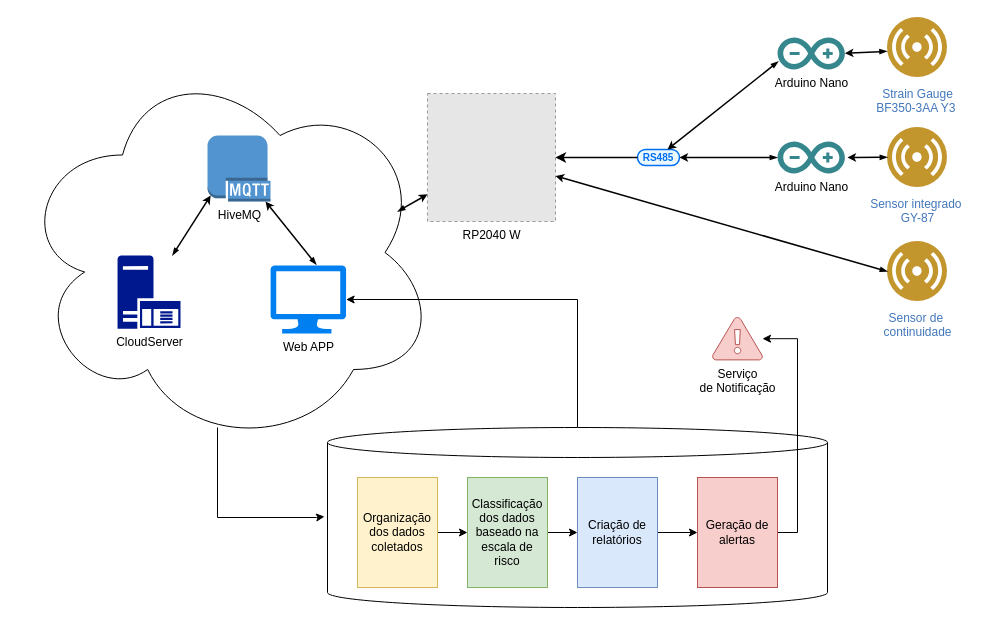
This is Diagrama sem nome.drawio from Enkiduzis/UnilabEngeCom, a draw.io file, before an edit. Source tidied: cells renumbered, new cells numbered last; positions are measured from the earlier drawing's top-left corner, leaving out a move shared by most shapes. Both pictures are drawn from the tidied source at 100%, with x=0, y=0 at pixel (17, 17). Pictures stored in the file or linked from it are replaced by grey dashed boxes.
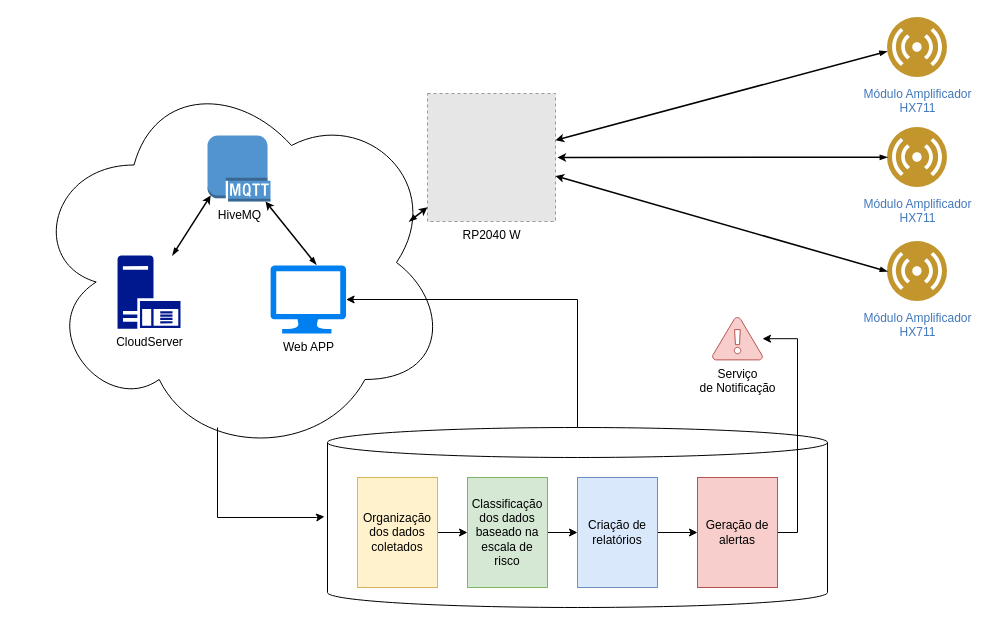
Above is the later version.

Commit message:
Projeto de monitoramento de pontes.drawio

The change refers to these unchanged cells:
```xml
<mxCell id="3" value="RP2040 W" style="fillColor=#E6E6E6;strokeColor=#999999;dashed=1;html=1;verticalAlign=top;verticalLabelPosition=bottom;labelBackgroundColor=#ffffff;" parent="1" vertex="1">
  <mxGeometry x="410" y="76" width="128" height="128" as="geometry" />
</mxCell>
```

The edit, as a diff of the source:
```diff
@@
     <mxCell id="2" style="ellipse;shape=cloud;whiteSpace=wrap;html=1;" parent="1" vertex="1">
-      <mxGeometry y="40" width="420" height="390" as="geometry" />
+      <mxGeometry x="11.5" y="50" width="420" height="390" as="geometry" />
     </mxCell>
@@
-    <mxCell id="4" value="Strain Gauge&lt;br&gt;BF350-3AA Y3&amp;nbsp;" style="image;perimeter=ellipsePerimeter;html=1;align=center;shadow=0;dashed=0;fontColor=#4277BB;labelBackgroundColor=default;fontSize=12;spacingTop=3;image=img/lib/ibm/users/sensor.svg;" parent="1" vertex="1">
+    <mxCell id="4" value="Módulo Amplificador&lt;div&gt;HX711&lt;/div&gt;" style="image;perimeter=ellipsePerimeter;html=1;align=center;shadow=0;dashed=0;fontColor=#4277BB;labelBackgroundColor=default;fontSize=12;spacingTop=3;image=img/lib/ibm/users/sensor.svg;" parent="1" vertex="1">
       <mxGeometry x="870" width="60" height="60" as="geometry" />
     </mxCell>
-    <mxCell id="5" value="Sensor de&amp;nbsp;&lt;div&gt;continuidade&lt;/div&gt;" style="image;perimeter=ellipsePerimeter;html=1;align=center;shadow=0;dashed=0;fontColor=#4277BB;labelBackgroundColor=default;fontSize=12;spacingTop=3;image=img/lib/ibm/users/sensor.svg;" parent="1" vertex="1">
+    <mxCell id="5" value="Módulo Amplificador&lt;div&gt;HX711&lt;/div&gt;" style="image;perimeter=ellipsePerimeter;html=1;align=center;shadow=0;dashed=0;fontColor=#4277BB;labelBackgroundColor=default;fontSize=12;spacingTop=3;image=img/lib/ibm/users/sensor.svg;" parent="1" vertex="1">
       <mxGeometry x="870" y="224" width="60" height="60" as="geometry" />
     </mxCell>
-    <mxCell id="6" value="Sensor integrado&amp;nbsp;&lt;br&gt;GY-87" style="image;perimeter=ellipsePerimeter;html=1;align=center;shadow=0;dashed=0;fontColor=#4277BB;labelBackgroundColor=default;fontSize=12;spacingTop=3;image=img/lib/ibm/users/sensor.svg;" parent="1" vertex="1">
+    <mxCell id="6" value="Módulo Amplificador&lt;div&gt;HX711&lt;/div&gt;" style="image;perimeter=ellipsePerimeter;html=1;align=center;shadow=0;dashed=0;fontColor=#4277BB;labelBackgroundColor=default;fontSize=12;spacingTop=3;image=img/lib/ibm/users/sensor.svg;" parent="1" vertex="1">
       <mxGeometry x="870" y="110" width="60" height="60" as="geometry" />
     </mxCell>
@@
-    <mxCell id="8" value="&lt;p style=&quot;line-height: 114%;&quot;&gt;&lt;font color=&quot;#0070f2&quot; size=&quot;1&quot;&gt;&lt;b style=&quot;&quot;&gt;RS485&lt;/b&gt;&lt;/font&gt;&lt;/p&gt;" style="rounded=1;whiteSpace=wrap;html=1;arcSize=50;strokeColor=#0070F2;fillColor=#EBF8FF;fontColor=#266f3a;strokeWidth=1.5;" parent="1" vertex="1">
-      <mxGeometry x="620" y="132" width="42" height="16" as="geometry" />
-    </mxCell>
-    <mxCell id="9" style="endArrow=none;html=1;rounded=0;entryX=0;entryY=0.5;entryDx=0;entryDy=0;strokeColor=#000000;strokeWidth=1.5;startArrow=classic;startFill=1;" parent="1" edge="1" source="3" target="8">
-      <mxGeometry relative="1" as="geometry" />
-    </mxCell>
-    <mxCell id="10" style="endArrow=blockThin;html=1;rounded=0;strokeColor=#000000;strokeWidth=1.5;exitX=1.015;exitY=0.505;exitDx=0;exitDy=0;exitPerimeter=0;endFill=1;endSize=4;startSize=4;startArrow=classic;startFill=1;" parent="1" edge="1">
-      <mxGeometry relative="1" as="geometry">
-        <mxPoint x="650" y="132" as="sourcePoint" />
-        <mxPoint x="760.9" y="43.9" as="targetPoint" />
-      </mxGeometry>
-    </mxCell>
-    <mxCell id="11" style="endArrow=blockThin;html=1;rounded=0;strokeColor=#000000;strokeWidth=1.5;exitX=1;exitY=0.5;exitDx=0;exitDy=0;endFill=1;endSize=4;startSize=4;startArrow=classic;startFill=1;" parent="1" edge="1" source="8" target="14">
-      <mxGeometry relative="1" as="geometry" />
-    </mxCell>
@@
-    <mxCell id="13" value="Arduino Nano" style="dashed=0;html=1;align=center;labelPosition=center;verticalLabelPosition=bottom;verticalAlign=top;shape=mxgraph.weblogos.arduino;fillColor=#36868D;strokeColor=none;" parent="1" vertex="1">
-      <mxGeometry x="760" y="20" width="67.4" height="32" as="geometry" />
-    </mxCell>
-    <mxCell id="14" value="Arduino Nano" style="dashed=0;outlineConnect=0;html=1;align=center;labelPosition=center;verticalLabelPosition=bottom;verticalAlign=top;shape=mxgraph.weblogos.arduino;fillColor=#36868D;strokeColor=none;" parent="1" vertex="1">
-      <mxGeometry x="760" y="124" width="67.4" height="32" as="geometry" />
-    </mxCell>
     <mxCell id="15" style="endArrow=blockThin;html=1;rounded=0;strokeColor=#000000;strokeWidth=1.5;endFill=1;endSize=4;startSize=4;startArrow=classic;startFill=1;" parent="1" edge="1">
       <mxGeometry relative="1" as="geometry">
-        <mxPoint x="830" y="140" as="sourcePoint" />
+        <mxPoint x="540" y="140" as="sourcePoint" />
         <mxPoint x="870" y="139.8" as="targetPoint" />
       </mxGeometry>
     </mxCell>
-    <mxCell id="16" style="endArrow=blockThin;html=1;rounded=0;strokeColor=#000000;strokeWidth=1.5;exitX=1;exitY=0.5;exitDx=0;exitDy=0;endFill=1;endSize=4;startSize=4;entryX=-0.006;entryY=0.564;entryDx=0;entryDy=0;entryPerimeter=0;startArrow=classic;startFill=1;" parent="1" edge="1" target="4">
-      <mxGeometry relative="1" as="geometry">
-        <mxPoint x="827.4" y="35.8" as="sourcePoint" />
-      </mxGeometry>
+    <mxCell id="16" style="endArrow=blockThin;html=1;rounded=0;strokeColor=#000000;strokeWidth=1.5;endFill=1;endSize=4;startSize=4;entryX=-0.006;entryY=0.564;entryDx=0;entryDy=0;entryPerimeter=0;startArrow=classic;startFill=1;" parent="1" edge="1" source="3" target="4">
+      <mxGeometry relative="1" as="geometry" />
     </mxCell>
```
